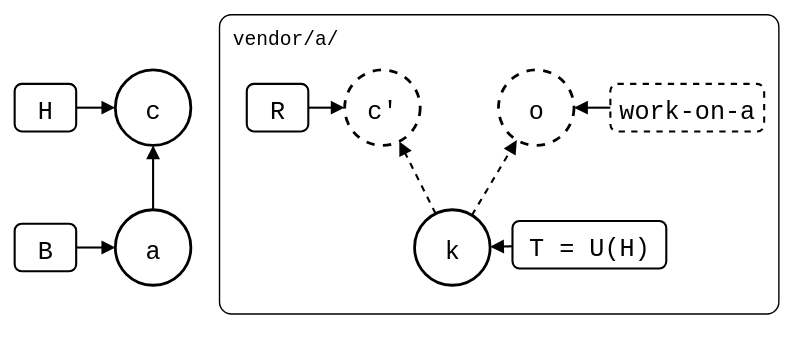
Earlier version of the draw.io export docs/09-scenarios/01-everyday-sync/02-up-to-date/worked-on-before-merge.drawio.svg (roschaefer/git-splice). Source tidied: cells renumbered, new cells last; positions are measured from the earlier drawing's top-left corner, leaving out a move shared by most shapes.
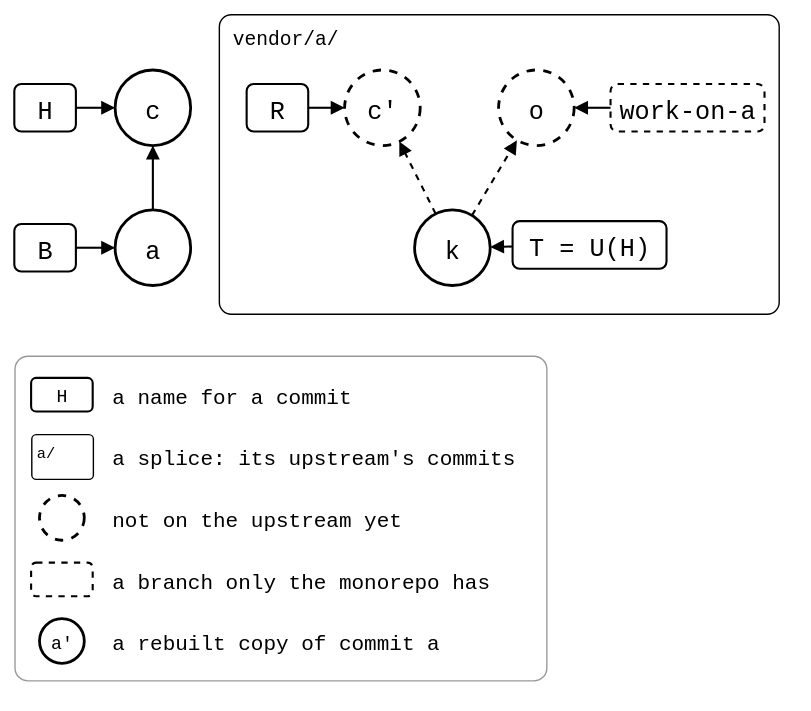
The same diagram one commit later.

Change to the diagram source:
```diff
@@ -59,5 +59,38 @@
     <mxCell id="20" style="endArrow=block;endFill=1;html=1;strokeWidth=1.5;rounded=0;" parent="1" edge="1" source="12" target="7">
       <mxGeometry relative="1" as="geometry" />
     </mxCell>
+    <mxCell id="21" style="rounded=1;arcSize=4;fillColor=none;strokeColor=#999999;strokeWidth=1;legend=full;" parent="1" vertex="1">
+      <mxGeometry y="244" width="380" height="232" as="geometry" />
+    </mxCell>
+    <mxCell id="22" value="H" style="rounded=1;strokeWidth=1.5;fontSize=13;fontFamily=Roboto Mono,monospace;" parent="21" vertex="1">
+      <mxGeometry x="12" y="16" width="44" height="24" as="geometry" />
+    </mxCell>
+    <mxCell id="23" value="a name for a commit" style="text;align=left;verticalAlign=middle;fontSize=15;fontFamily=Roboto Mono,monospace;" parent="21" vertex="1">
+      <mxGeometry x="68" y="12" width="300" height="32" as="geometry" />
+    </mxCell>
+    <mxCell id="24" value="a/" style="rounded=1;arcSize=10;fillColor=none;strokeWidth=1;fontSize=11;verticalAlign=top;align=left;spacingLeft=2;fontFamily=Roboto Mono,monospace;" parent="21" vertex="1">
+      <mxGeometry x="12" y="56" width="44" height="32" as="geometry" />
+    </mxCell>
+    <mxCell id="25" value="a splice: its upstream's commits" style="text;align=left;verticalAlign=middle;fontSize=15;fontFamily=Roboto Mono,monospace;" parent="21" vertex="1">
+      <mxGeometry x="68" y="56" width="300" height="32" as="geometry" />
+    </mxCell>
+    <mxCell id="26" style="ellipse;fontSize=13;fontFamily=Roboto Mono,monospace;strokeWidth=2;dashed=1;" parent="21" vertex="1">
+      <mxGeometry x="18" y="100" width="32" height="32" as="geometry" />
+    </mxCell>
+    <mxCell id="27" value="not on the upstream yet" style="text;align=left;verticalAlign=middle;fontSize=15;fontFamily=Roboto Mono,monospace;" parent="21" vertex="1">
+      <mxGeometry x="68" y="100" width="300" height="32" as="geometry" />
+    </mxCell>
+    <mxCell id="28" style="rounded=1;strokeWidth=1.5;fontSize=13;dashed=1;fontFamily=Roboto Mono,monospace;" parent="21" vertex="1">
+      <mxGeometry x="12" y="148" width="44" height="24" as="geometry" />
+    </mxCell>
+    <mxCell id="29" value="a branch only the monorepo has" style="text;align=left;verticalAlign=middle;fontSize=15;fontFamily=Roboto Mono,monospace;" parent="21" vertex="1">
+      <mxGeometry x="68" y="144" width="300" height="32" as="geometry" />
+    </mxCell>
+    <mxCell id="30" value="a'" style="ellipse;fontSize=13;fontFamily=Roboto Mono,monospace;strokeWidth=2;" parent="21" vertex="1">
+      <mxGeometry x="18" y="188" width="32" height="32" as="geometry" />
+    </mxCell>
+    <mxCell id="31" value="a rebuilt copy of commit a" style="text;align=left;verticalAlign=middle;fontSize=15;fontFamily=Roboto Mono,monospace;" parent="21" vertex="1">
+      <mxGeometry x="68" y="188" width="300" height="32" as="geometry" />
+    </mxCell>
   </root>
 </mxGraphModel>
```
